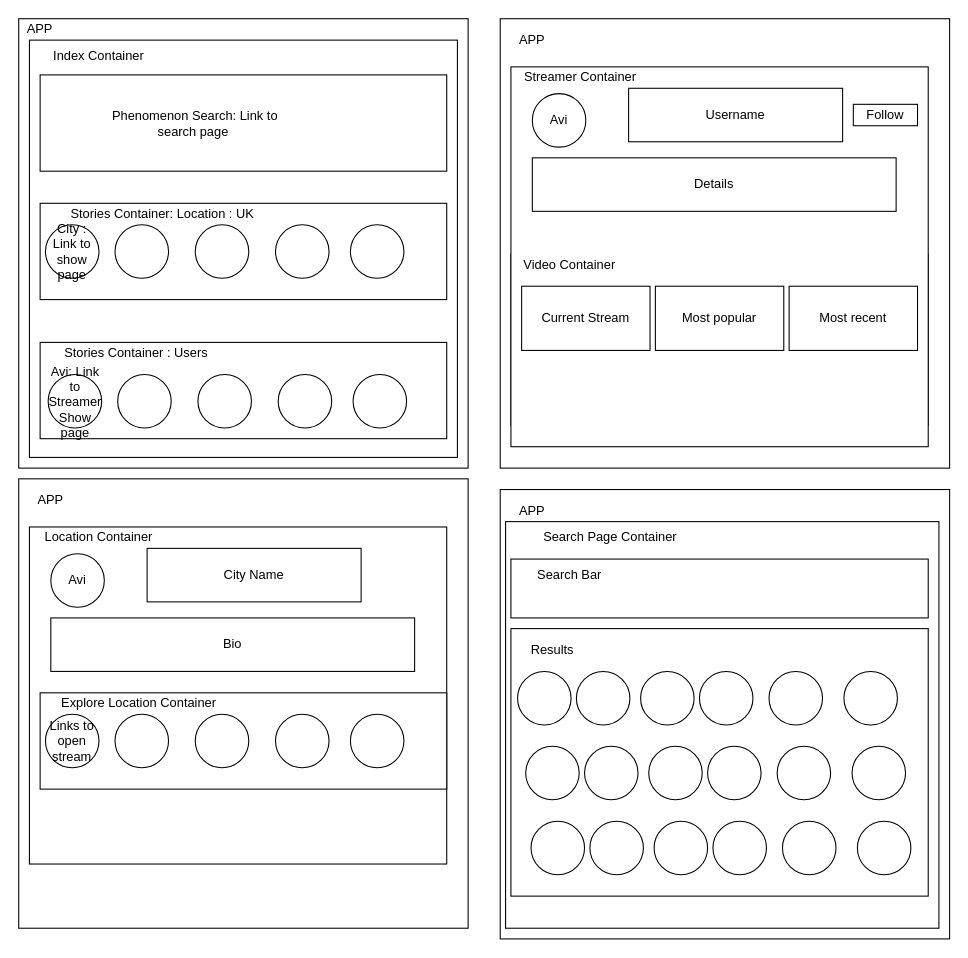
Above: frontend.drawio in gbenga/stream-nature-frontend (draw.io), before the change. Source tidied: cells renumbered, new cells numbered last; positions are measured from the earlier drawing's top-left corner, leaving out a move shared by most shapes. Both pictures are drawn from the tidied source at 107%, with x=0, y=0 at pixel (18, 18).
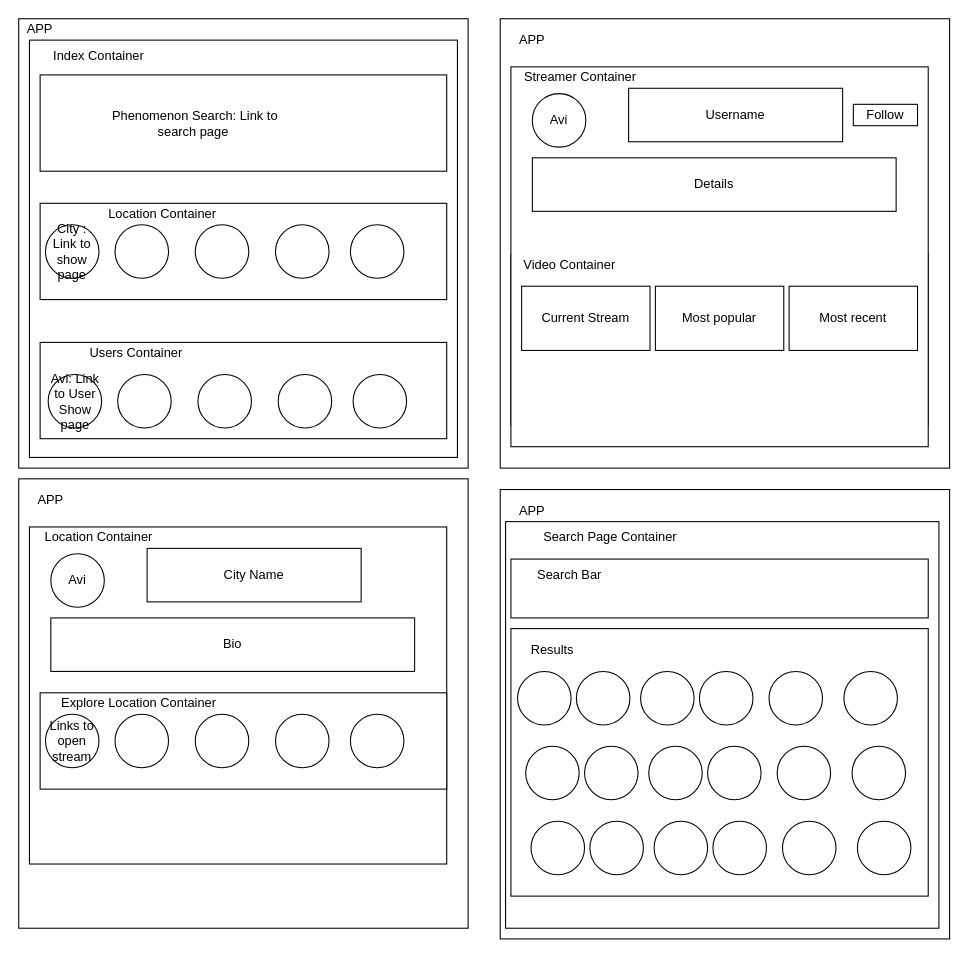
Above is the later version.

Commit message (it also covers changes not shown here):
created form to create new user

What changed in the source:
```diff
@@
-    <mxCell id="19" value="Avi: Link to Streamer Show page" style="ellipse;whiteSpace=wrap;html=1;" parent="1" vertex="1">
+    <mxCell id="19" value="Avi: Link to User Show page" style="ellipse;whiteSpace=wrap;html=1;" parent="1" vertex="1">
       <mxGeometry x="27.5" y="332.5" width="50" height="50" as="geometry" />
     </mxCell>
@@
-    <mxCell id="24" value="Stories Container: Location : UK" style="text;html=1;strokeColor=none;fillColor=none;align=center;verticalAlign=middle;whiteSpace=wrap;rounded=0;" parent="1" vertex="1">
+    <mxCell id="24" value="Location Container" style="text;html=1;strokeColor=none;fillColor=none;align=center;verticalAlign=middle;whiteSpace=wrap;rounded=0;" parent="1" vertex="1">
       <mxGeometry x="27.5" y="172.5" width="212.5" height="20" as="geometry" />
     </mxCell>
-    <mxCell id="25" value="Stories Container : Users" style="text;html=1;strokeColor=none;fillColor=none;align=center;verticalAlign=middle;whiteSpace=wrap;rounded=0;" parent="1" vertex="1">
+    <mxCell id="25" value="Users Container" style="text;html=1;strokeColor=none;fillColor=none;align=center;verticalAlign=middle;whiteSpace=wrap;rounded=0;" parent="1" vertex="1">
       <mxGeometry x="20" y="302.5" width="180" height="20" as="geometry" />
     </mxCell>
```
